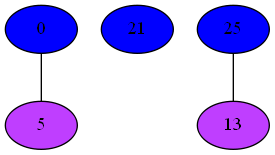
Earlier version of the Graphviz export Compiler/31iGraph.png (mbajaj92/Project-Astoria). Its source is kept beside it as Compiler/31iGraph.dot.
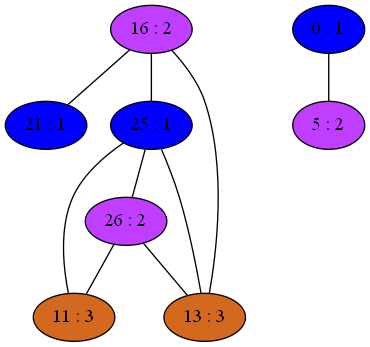
After the commit.

The edit, as a diff of the source:
```diff
@@ -1,11 +1,28 @@
 strict graph {
-0[label="0" style=filled fillcolor="blue1"];
+16[label="16 : 2" style=filled fillcolor="darkorchid1"];
+16 -- 21
+16 -- 25
+16 -- 13
+0[label="0 : 1" style=filled fillcolor="blue1"];
 0 -- 5
-21[label="21" style=filled fillcolor="blue1"];
-5[label="5" style=filled fillcolor="darkorchid1"];
+21[label="21 : 1" style=filled fillcolor="blue1"];
+21 -- 16
+5[label="5 : 2" style=filled fillcolor="darkorchid1"];
 5 -- 0
-25[label="25" style=filled fillcolor="blue1"];
+25[label="25 : 1" style=filled fillcolor="blue1"];
+25 -- 16
+25 -- 26
+25 -- 11
 25 -- 13
-13[label="13" style=filled fillcolor="darkorchid1"];
+26[label="26 : 2" style=filled fillcolor="darkorchid1"];
+26 -- 25
+26 -- 11
+26 -- 13
+11[label="11 : 3" style=filled fillcolor="chocolate"];
+11 -- 25
+11 -- 26
+13[label="13 : 3" style=filled fillcolor="chocolate"];
+13 -- 16
 13 -- 25
+13 -- 26
 }
```
